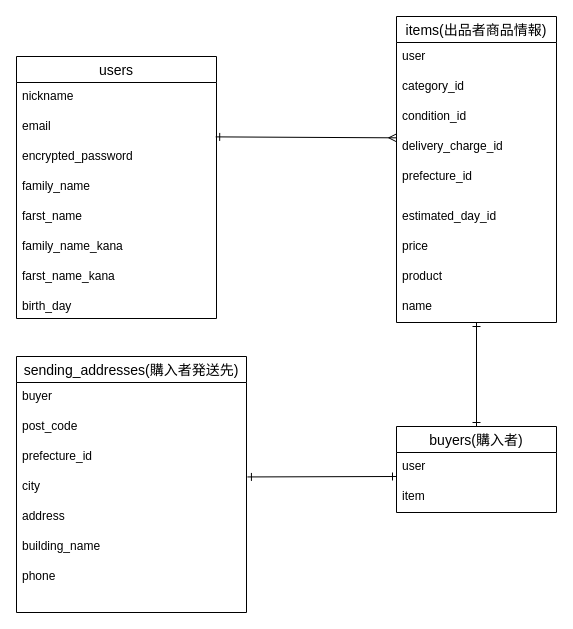
This is furima.dio from tsukasakaiko/furima-37303, a draw.io file, before an edit. Source tidied: cells renumbered, new cells numbered last; positions are measured from the earlier drawing's top-left corner, leaving out a move shared by most shapes. Both pictures are drawn from the tidied source at 100%, with x=0, y=0 at pixel (16, 16).
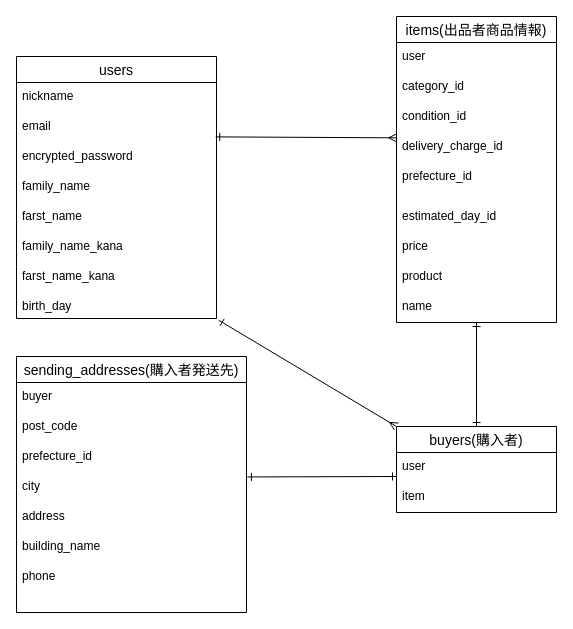
The same page after the edit.

Unchanged cells that the change refers to:
```xml
<mxCell id="10" value="birth_day" style="text;strokeColor=none;fillColor=none;spacingLeft=4;spacingRight=4;overflow=hidden;points=[[0,0.5],[1,0.5]];portConstraint=eastwest;fontSize=12;" parent="2" vertex="1">
  <mxGeometry y="236" width="200" height="26" as="geometry" />
</mxCell>
<mxCell id="30" value="buyers(購入者)" style="swimlane;fontStyle=0;horizontal=1;startSize=26;align=center;fontSize=14;" parent="1" vertex="1">
  <mxGeometry x="380" y="410" width="160" height="86" as="geometry" />
</mxCell>
```

Change to the diagram source:
```diff
@@
+    <mxCell id="35" style="edgeStyle=none;html=1;endArrow=ERmany;endFill=0;startArrow=ERone;startFill=0;entryX=0;entryY=0;entryDx=0;entryDy=0;exitX=1.011;exitY=1.066;exitDx=0;exitDy=0;exitPerimeter=0;" parent="1" edge="1" source="10" target="30">
+      <mxGeometry relative="1" as="geometry" />
+    </mxCell>
```
